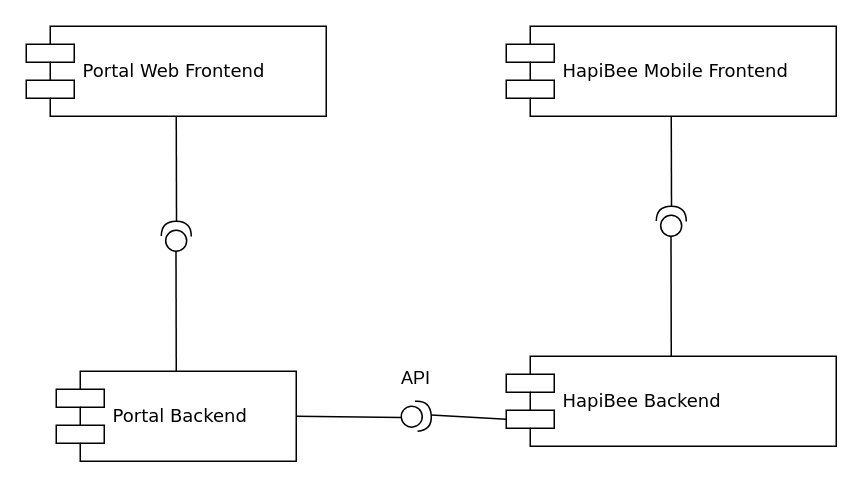
LuisSerapicos/ENGREQ23 keeps this draw.io diagram as TP2/Documentação/ComponentDiagram_Hapibee.drawio. Above is the earlier version. Source tidied: cells renumbered, new cells numbered last; positions are measured from the earlier drawing's top-left corner, leaving out a move shared by most shapes. Both pictures are drawn from the tidied source at 150%, with x=0, y=0 at pixel (26, 26).
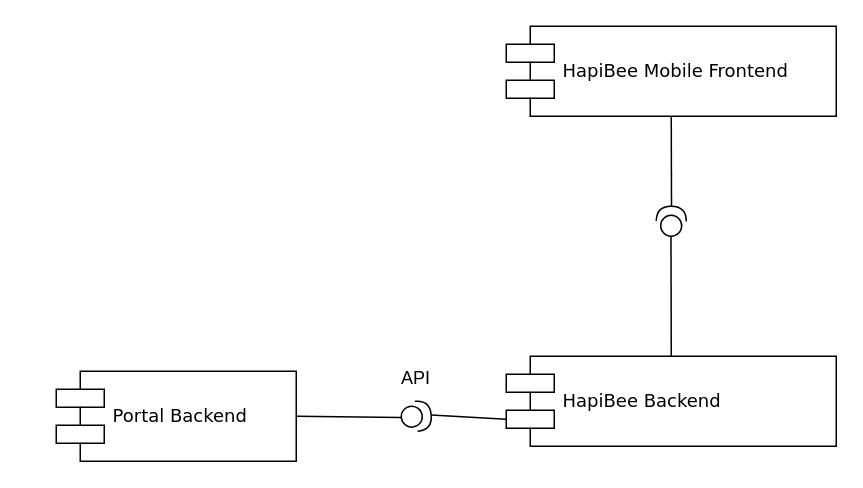
After the change.

What changed in the source:
```diff
@@
 <mxGraphModel>
   <root>
     <mxCell id="0" />
     <mxCell id="1" parent="0" />
-    <mxCell id="2" value="Portal Web Frontend" style="shape=component;align=left;spacingLeft=36;rounded=0;shadow=0;comic=0;labelBackgroundColor=none;strokeWidth=1;fontFamily=Verdana;fontSize=12;html=1;" parent="1" vertex="1">
-      <mxGeometry width="200" height="60" as="geometry" />
-    </mxCell>
     <mxCell id="3" value="HapiBee Mobile Frontend" style="shape=component;align=left;spacingLeft=36;rounded=0;shadow=0;comic=0;labelBackgroundColor=none;strokeWidth=1;fontFamily=Verdana;fontSize=12;html=1;" parent="1" vertex="1">
       <mxGeometry x="320" width="220" height="60" as="geometry" />
     </mxCell>
     <mxCell id="4" value="Portal Backend" style="shape=component;align=left;spacingLeft=36;rounded=0;shadow=0;comic=0;labelBackgroundColor=none;strokeWidth=1;fontFamily=Verdana;fontSize=12;html=1;" parent="1" vertex="1">
       <mxGeometry x="20" y="230" width="160" height="60" as="geometry" />
     </mxCell>
     <mxCell id="5" value="HapiBee Backend" style="shape=component;align=left;spacingLeft=36;rounded=0;shadow=0;comic=0;labelBackgroundColor=none;strokeWidth=1;fontFamily=Verdana;fontSize=12;html=1;" parent="1" vertex="1">
       <mxGeometry x="320" y="220" width="220" height="60" as="geometry" />
     </mxCell>
     <mxCell id="6" style="shape=providedRequiredInterface;html=1;verticalLabelPosition=bottom;sketch=0;rotation=-5;" parent="1" vertex="1">
       <mxGeometry x="250" y="250" width="20" height="20" as="geometry" />
     </mxCell>
     <mxCell id="7" style="endArrow=none;html=1;rounded=0;entryX=0;entryY=0.7;entryDx=0;entryDy=0;exitX=1;exitY=0.5;exitDx=0;exitDy=0;exitPerimeter=0;" parent="1" edge="1" source="6" target="5">
       <mxGeometry relative="1" as="geometry" />
     </mxCell>
     <mxCell id="8" style="endArrow=none;html=1;rounded=0;entryX=1;entryY=0.5;entryDx=0;entryDy=0;exitX=0;exitY=0.5;exitDx=0;exitDy=0;exitPerimeter=0;" parent="1" edge="1" source="6" target="4">
       <mxGeometry relative="1" as="geometry" />
     </mxCell>
     <mxCell id="9" style="shape=providedRequiredInterface;html=1;verticalLabelPosition=bottom;sketch=0;rotation=-89;" parent="1" vertex="1">
       <mxGeometry x="420" y="120" width="20" height="20" as="geometry" />
     </mxCell>
     <mxCell id="10" style="endArrow=none;html=1;rounded=0;entryX=0;entryY=0.5;entryDx=0;entryDy=0;entryPerimeter=0;exitX=0.5;exitY=0;exitDx=0;exitDy=0;" parent="1" edge="1" source="5" target="9">
       <mxGeometry relative="1" as="geometry" />
     </mxCell>
     <mxCell id="11" style="endArrow=none;html=1;rounded=0;entryX=0.5;entryY=1;entryDx=0;entryDy=0;exitX=1;exitY=0.5;exitDx=0;exitDy=0;exitPerimeter=0;" parent="1" edge="1" source="9" target="3">
       <mxGeometry relative="1" as="geometry" />
     </mxCell>
-    <mxCell id="12" style="shape=providedRequiredInterface;html=1;verticalLabelPosition=bottom;sketch=0;rotation=-89;" parent="1" vertex="1">
-      <mxGeometry x="90" y="130" width="20" height="20" as="geometry" />
-    </mxCell>
-    <mxCell id="13" style="endArrow=none;html=1;rounded=0;entryX=0;entryY=0.5;entryDx=0;entryDy=0;entryPerimeter=0;exitX=0.5;exitY=0;exitDx=0;exitDy=0;" parent="1" edge="1" source="4" target="12">
-      <mxGeometry relative="1" as="geometry" />
-    </mxCell>
-    <mxCell id="14" style="endArrow=none;html=1;rounded=0;entryX=0.5;entryY=1;entryDx=0;entryDy=0;exitX=1;exitY=0.5;exitDx=0;exitDy=0;exitPerimeter=0;" parent="1" edge="1" source="12" target="2">
-      <mxGeometry relative="1" as="geometry" />
-    </mxCell>
     <mxCell id="15" value="API" style="text;html=1;strokeColor=none;fillColor=none;align=center;verticalAlign=middle;whiteSpace=wrap;rounded=0;" parent="1" vertex="1">
       <mxGeometry x="230" y="220" width="60" height="30" as="geometry" />
     </mxCell>
   </root>
 </mxGraphModel>
```
